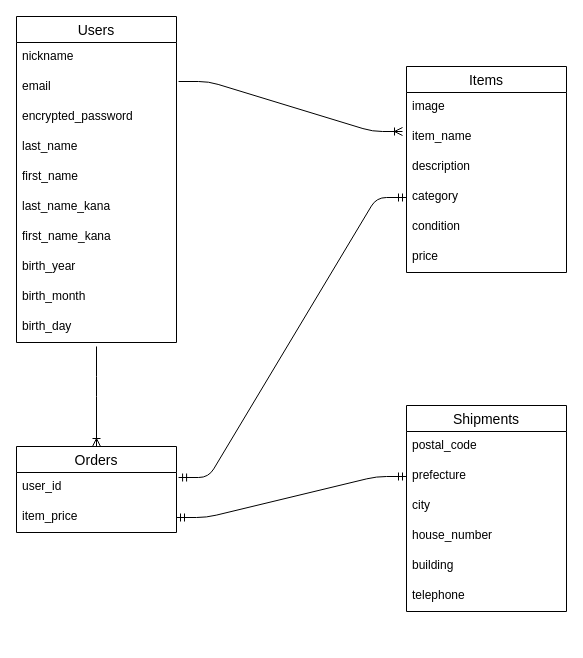
Above: frima.dio in jpmachikid/frima-39492 (draw.io), before the change. Source tidied: cells renumbered, new cells numbered last; positions are measured from the earlier drawing's top-left corner, leaving out a move shared by most shapes. Both pictures are drawn from the tidied source at 100%, with x=0, y=0 at pixel (16, 16).
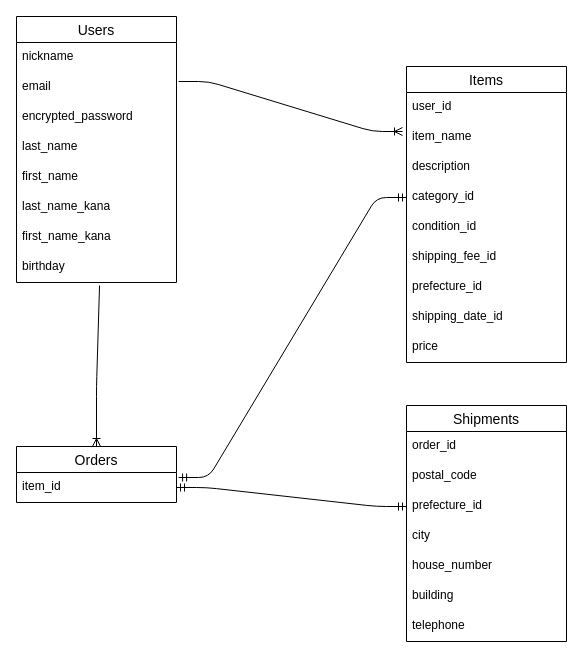
The same page after the edit.

The edit, as a diff of the source:
```diff
@@
     <mxCell id="2" value="Users" style="swimlane;fontStyle=0;horizontal=1;startSize=26;align=center;fontSize=14;" parent="1" vertex="1">
-      <mxGeometry width="160" height="326" as="geometry" />
+      <mxGeometry width="160" height="266" as="geometry" />
     </mxCell>
@@
-    <mxCell id="10" value="birth_year" style="text;strokeColor=none;fillColor=none;spacingLeft=4;spacingRight=4;overflow=hidden;points=[[0,0.5],[1,0.5]];portConstraint=eastwest;fontSize=12;" parent="2" vertex="1">
+    <mxCell id="10" value="birthday" style="text;strokeColor=none;fillColor=none;spacingLeft=4;spacingRight=4;overflow=hidden;points=[[0,0.5],[1,0.5]];portConstraint=eastwest;fontSize=12;" parent="2" vertex="1">
       <mxGeometry y="236" width="160" height="30" as="geometry" />
     </mxCell>
-    <mxCell id="11" value="birth_month" style="text;strokeColor=none;fillColor=none;spacingLeft=4;spacingRight=4;overflow=hidden;fontSize=12;" parent="2" vertex="1">
-      <mxGeometry y="266" width="160" height="30" as="geometry" />
-    </mxCell>
-    <mxCell id="12" value="birth_day" style="text;strokeColor=none;fillColor=none;spacingLeft=4;spacingRight=4;overflow=hidden;points=[[0,0.5],[1,0.5]];portConstraint=eastwest;fontSize=12;" parent="2" vertex="1">
-      <mxGeometry y="296" width="160" height="30" as="geometry" />
-    </mxCell>
     <mxCell id="13" value="Items" style="swimlane;fontStyle=0;horizontal=1;startSize=26;align=center;fontSize=14;" parent="1" vertex="1">
-      <mxGeometry x="390" y="50" width="160" height="206" as="geometry" />
+      <mxGeometry x="390" y="50" width="160" height="296" as="geometry" />
     </mxCell>
-    <mxCell id="14" value="image" style="text;strokeColor=none;fillColor=none;spacingLeft=4;spacingRight=4;overflow=hidden;fontSize=12;" parent="13" vertex="1">
-      <mxGeometry y="26" width="160" height="30" as="geometry" />
-    </mxCell>
+    <mxCell id="22" value="user_id" style="text;strokeColor=none;fillColor=none;spacingLeft=4;spacingRight=4;overflow=hidden;points=[[0,0.5],[1,0.5]];portConstraint=eastwest;fontSize=12;" parent="13" vertex="1">
+      <mxGeometry y="26" width="160" height="30" as="geometry" />
+    </mxCell>
@@
-    <mxCell id="17" value="category" style="text;strokeColor=none;fillColor=none;spacingLeft=4;spacingRight=4;overflow=hidden;points=[[0,0.5],[1,0.5]];portConstraint=eastwest;fontSize=12;" parent="13" vertex="1">
+    <mxCell id="17" value="category_id" style="text;strokeColor=none;fillColor=none;spacingLeft=4;spacingRight=4;overflow=hidden;points=[[0,0.5],[1,0.5]];portConstraint=eastwest;fontSize=12;" parent="13" vertex="1">
       <mxGeometry y="116" width="160" height="30" as="geometry" />
     </mxCell>
-    <mxCell id="18" value="condition" style="text;strokeColor=none;fillColor=none;spacingLeft=4;spacingRight=4;overflow=hidden;fontSize=12;" parent="13" vertex="1">
+    <mxCell id="18" value="condition_id" style="text;strokeColor=none;fillColor=none;spacingLeft=4;spacingRight=4;overflow=hidden;fontSize=12;" parent="13" vertex="1">
       <mxGeometry y="146" width="160" height="30" as="geometry" />
     </mxCell>
+    <mxCell id="34" value="shipping_fee_id" style="text;strokeColor=none;fillColor=none;spacingLeft=4;spacingRight=4;overflow=hidden;fontSize=12;" parent="13" vertex="1">
+      <mxGeometry y="176" width="160" height="30" as="geometry" />
+    </mxCell>
+    <mxCell id="35" value="prefecture_id" style="text;strokeColor=none;fillColor=none;spacingLeft=4;spacingRight=4;overflow=hidden;fontSize=12;" parent="13" vertex="1">
+      <mxGeometry y="206" width="160" height="30" as="geometry" />
+    </mxCell>
+    <mxCell id="36" value="shipping_date_id" style="text;strokeColor=none;fillColor=none;spacingLeft=4;spacingRight=4;overflow=hidden;fontSize=12;" parent="13" vertex="1">
+      <mxGeometry y="236" width="160" height="30" as="geometry" />
+    </mxCell>
     <mxCell id="19" value="price" style="text;strokeColor=none;fillColor=none;spacingLeft=4;spacingRight=4;overflow=hidden;fontSize=12;" parent="13" vertex="1">
-      <mxGeometry y="176" width="160" height="30" as="geometry" />
+      <mxGeometry y="266" width="160" height="30" as="geometry" />
     </mxCell>
@@
     <mxCell id="21" value="Orders" style="swimlane;fontStyle=0;horizontal=1;startSize=26;align=center;fontSize=14;" parent="1" vertex="1">
-      <mxGeometry y="430" width="160" height="86" as="geometry" />
+      <mxGeometry y="430" width="160" height="56" as="geometry" />
     </mxCell>
-    <mxCell id="22" value="user_id" style="text;strokeColor=none;fillColor=none;spacingLeft=4;spacingRight=4;overflow=hidden;points=[[0,0.5],[1,0.5]];portConstraint=eastwest;fontSize=12;" parent="21" vertex="1">
-      <mxGeometry y="26" width="160" height="30" as="geometry" />
-    </mxCell>
-    <mxCell id="23" value="item_price" style="text;strokeColor=none;fillColor=none;spacingLeft=4;spacingRight=4;overflow=hidden;points=[[0,0.5],[1,0.5]];portConstraint=eastwest;fontSize=12;" parent="21" vertex="1">
-      <mxGeometry y="56" width="160" height="30" as="geometry" />
+    <mxCell id="23" value="item_id" style="text;strokeColor=none;fillColor=none;spacingLeft=4;spacingRight=4;overflow=hidden;points=[[0,0.5],[1,0.5]];portConstraint=eastwest;fontSize=12;" parent="21" vertex="1">
+      <mxGeometry y="26" width="160" height="30" as="geometry" />
     </mxCell>
     <mxCell id="24" value="Shipments" style="swimlane;fontStyle=0;horizontal=1;startSize=26;align=center;fontSize=14;" parent="1" vertex="1">
-      <mxGeometry x="390" y="389" width="160" height="206" as="geometry" />
+      <mxGeometry x="390" y="389" width="160" height="236" as="geometry" />
     </mxCell>
+    <mxCell id="37" value="order_id" style="text;strokeColor=none;fillColor=none;spacingLeft=4;spacingRight=4;overflow=hidden;fontSize=12;" parent="24" vertex="1">
+      <mxGeometry y="26" width="160" height="30" as="geometry" />
+    </mxCell>
     <mxCell id="25" value="postal_code" style="text;strokeColor=none;fillColor=none;spacingLeft=4;spacingRight=4;overflow=hidden;fontSize=12;" parent="24" vertex="1">
-      <mxGeometry y="26" width="160" height="30" as="geometry" />
+      <mxGeometry y="56" width="160" height="30" as="geometry" />
     </mxCell>
-    <mxCell id="26" value="prefecture" style="text;strokeColor=none;fillColor=none;spacingLeft=4;spacingRight=4;overflow=hidden;points=[[0,0.5],[1,0.5]];portConstraint=eastwest;fontSize=12;" parent="24" vertex="1">
-      <mxGeometry y="56" width="160" height="30" as="geometry" />
+    <mxCell id="26" value="prefecture_id" style="text;strokeColor=none;fillColor=none;spacingLeft=4;spacingRight=4;overflow=hidden;points=[[0,0.5],[1,0.5]];portConstraint=eastwest;fontSize=12;" parent="24" vertex="1">
+      <mxGeometry y="86" width="160" height="30" as="geometry" />
     </mxCell>
     <mxCell id="27" value="city" style="text;strokeColor=none;fillColor=none;spacingLeft=4;spacingRight=4;overflow=hidden;fontSize=12;" parent="24" vertex="1">
-      <mxGeometry y="86" width="160" height="30" as="geometry" />
+      <mxGeometry y="116" width="160" height="30" as="geometry" />
     </mxCell>
     <mxCell id="28" value="house_number" style="text;strokeColor=none;fillColor=none;spacingLeft=4;spacingRight=4;overflow=hidden;fontSize=12;" parent="24" vertex="1">
-      <mxGeometry y="116" width="160" height="30" as="geometry" />
+      <mxGeometry y="146" width="160" height="30" as="geometry" />
     </mxCell>
     <mxCell id="29" value="building" style="text;strokeColor=none;fillColor=none;spacingLeft=4;spacingRight=4;overflow=hidden;fontSize=12;" parent="24" vertex="1">
-      <mxGeometry y="146" width="160" height="30" as="geometry" />
+      <mxGeometry y="176" width="160" height="30" as="geometry" />
     </mxCell>
     <mxCell id="30" value="telephone" style="text;strokeColor=none;fillColor=none;spacingLeft=4;spacingRight=4;overflow=hidden;fontSize=12;" parent="24" vertex="1">
-      <mxGeometry y="176" width="160" height="30" as="geometry" />
+      <mxGeometry y="206" width="160" height="30" as="geometry" />
     </mxCell>
@@
-    <mxCell id="32" style="edgeStyle=entityRelationEdgeStyle;fontSize=12;html=1;endArrow=ERmandOne;startArrow=ERmandOne;exitX=1.013;exitY=0.167;exitDx=0;exitDy=0;exitPerimeter=0;entryX=0;entryY=0.5;entryDx=0;entryDy=0;" parent="1" edge="1" source="22" target="17">
-      <mxGeometry relative="1" as="geometry" />
+    <mxCell id="32" style="edgeStyle=entityRelationEdgeStyle;fontSize=12;html=1;endArrow=ERmandOne;startArrow=ERmandOne;exitX=1.013;exitY=0.167;exitDx=0;exitDy=0;exitPerimeter=0;entryX=0;entryY=0.5;entryDx=0;entryDy=0;" parent="1" edge="1" target="17">
+      <mxGeometry relative="1" as="geometry">
+        <mxPoint x="162.1" y="461" as="sourcePoint" />
+      </mxGeometry>
     </mxCell>
-    <mxCell id="33" style="fontSize=12;html=1;endArrow=ERoneToMany;exitX=0.5;exitY=1.133;exitDx=0;exitDy=0;exitPerimeter=0;entryX=0.5;entryY=0;entryDx=0;entryDy=0;" parent="1" edge="1" source="12" target="21">
+    <mxCell id="33" style="fontSize=12;html=1;endArrow=ERoneToMany;exitX=0.519;exitY=1.1;exitDx=0;exitDy=0;exitPerimeter=0;entryX=0.5;entryY=0;entryDx=0;entryDy=0;" parent="1" edge="1" source="10" target="21">
       <mxGeometry relative="1" as="geometry">
         <Array as="points">
           <mxPoint x="80" y="370" />
         </Array>
       </mxGeometry>
     </mxCell>
```
